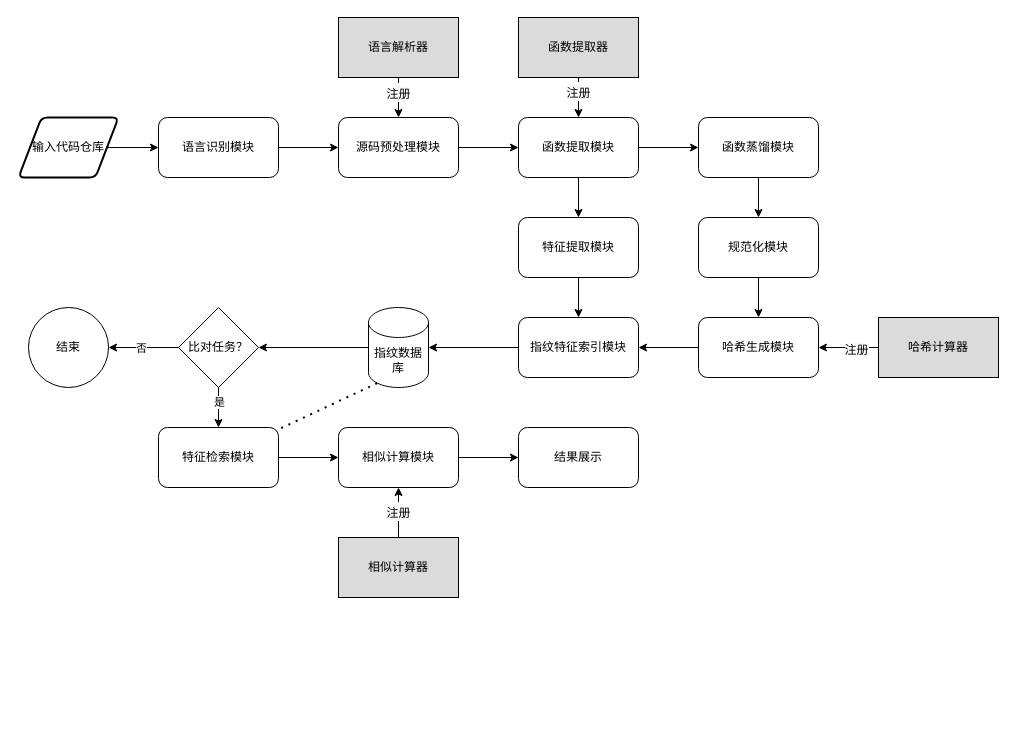
Earlier version of the draw.io diagram 系统实现图.drawio (wanghaoxu001/cloudimg). Source tidied: cells renumbered, new cells numbered last; positions are measured from the earlier drawing's top-left corner, leaving out a move shared by most shapes. Both pictures are drawn from the tidied source at 100%, with x=0, y=0 at pixel (18, 17).
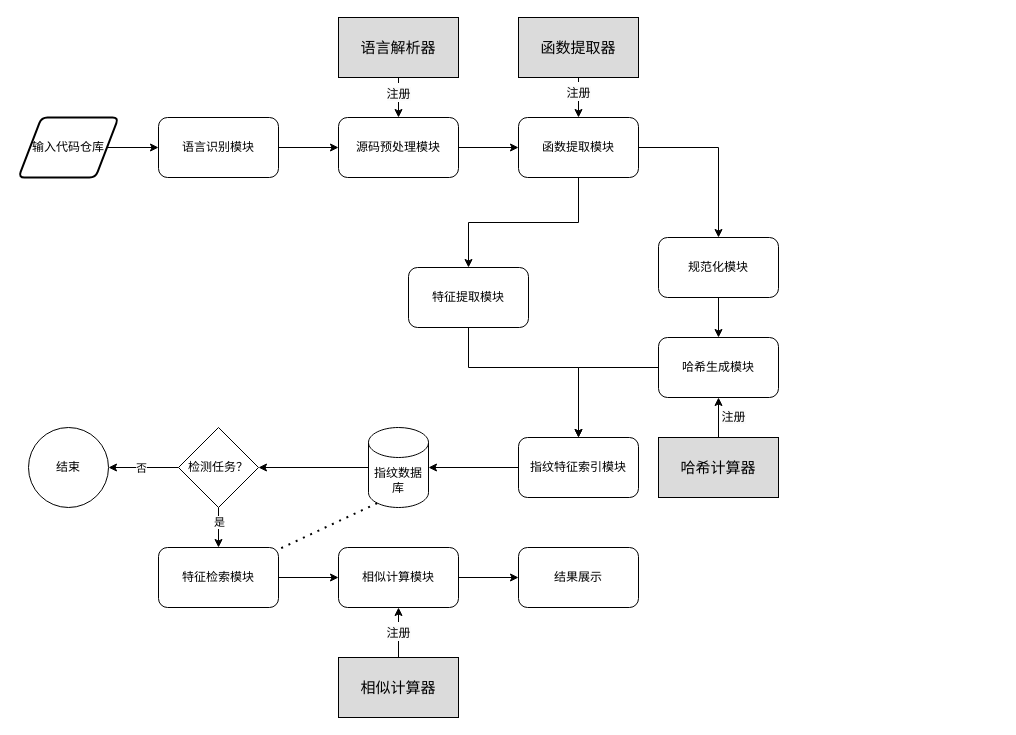
Above is the later version.

Commit message:
更新系统实现图.drawio

Unchanged cells that the change refers to:
```xml
<mxCell id="10" value="函数提取模块" style="rounded=1;whiteSpace=wrap;html=1;" parent="1" vertex="1">
  <mxGeometry x="500" y="100" width="120" height="60" as="geometry" />
</mxCell>
```

Diff of the diagram source:
```diff
@@
-    <mxCell id="8" style="edgeStyle=orthogonalEdgeStyle;rounded=0;jettySize=auto;html=1;" parent="1" edge="1" source="10" target="12">
-      <mxGeometry relative="1" as="geometry" />
-    </mxCell>
@@
+    <mxCell id="47" style="edgeStyle=orthogonalEdgeStyle;rounded=0;jettySize=auto;html=1;" parent="1" edge="1" source="10" target="14">
+      <mxGeometry relative="1" as="geometry" />
+    </mxCell>
@@
-    <mxCell id="11" style="edgeStyle=orthogonalEdgeStyle;rounded=0;jettySize=auto;html=1;" parent="1" edge="1" source="12" target="14">
-      <mxGeometry relative="1" as="geometry" />
-    </mxCell>
-    <mxCell id="12" value="函数蒸馏模块" style="rounded=1;whiteSpace=wrap;html=1;" parent="1" vertex="1">
-      <mxGeometry x="680" y="100" width="120" height="60" as="geometry" />
-    </mxCell>
@@
     <mxCell id="14" value="规范化模块" style="rounded=1;whiteSpace=wrap;html=1;" parent="1" vertex="1">
-      <mxGeometry x="680" y="200" width="120" height="60" as="geometry" />
+      <mxGeometry x="640" y="220" width="120" height="60" as="geometry" />
     </mxCell>
@@
     <mxCell id="16" value="哈希生成模块" style="rounded=1;whiteSpace=wrap;html=1;" parent="1" vertex="1">
-      <mxGeometry x="680" y="300" width="120" height="60" as="geometry" />
+      <mxGeometry x="640" y="320" width="120" height="60" as="geometry" />
     </mxCell>
@@
     <mxCell id="18" value="指纹特征索引模块" style="rounded=1;whiteSpace=wrap;html=1;" parent="1" vertex="1">
-      <mxGeometry x="500" y="300" width="120" height="60" as="geometry" />
+      <mxGeometry x="500" y="420" width="120" height="60" as="geometry" />
     </mxCell>
     <mxCell id="19" style="edgeStyle=orthogonalEdgeStyle;rounded=0;jettySize=auto;html=1;" parent="1" edge="1" source="20" target="18">
-      <mxGeometry relative="1" as="geometry" />
+      <mxGeometry relative="1" as="geometry">
+        <Array as="points">
+          <mxPoint x="450" y="350" />
+          <mxPoint x="560" y="350" />
+        </Array>
+      </mxGeometry>
     </mxCell>
     <mxCell id="20" value="特征提取模块" style="rounded=1;whiteSpace=wrap;html=1;" parent="1" vertex="1">
-      <mxGeometry x="500" y="200" width="120" height="60" as="geometry" />
+      <mxGeometry x="390" y="250" width="120" height="60" as="geometry" />
     </mxCell>
@@
     <mxCell id="22" value="指纹数据库" style="shape=cylinder3;whiteSpace=wrap;html=1;boundedLbl=1;backgroundOutline=1;size=15;" parent="1" vertex="1">
-      <mxGeometry x="350" y="290" width="60" height="80" as="geometry" />
+      <mxGeometry x="350" y="410" width="60" height="80" as="geometry" />
     </mxCell>
@@
-    <mxCell id="27" value="比对任务？" style="rhombus;whiteSpace=wrap;html=1;" parent="1" vertex="1">
-      <mxGeometry x="160" y="290" width="80" height="80" as="geometry" />
+    <mxCell id="27" value="检测任务？" style="rhombus;whiteSpace=wrap;html=1;" parent="1" vertex="1">
+      <mxGeometry x="160" y="410" width="80" height="80" as="geometry" />
     </mxCell>
     <mxCell id="28" value="结束" style="ellipse;whiteSpace=wrap;html=1;" parent="1" vertex="1">
-      <mxGeometry x="10" y="290" width="80" height="80" as="geometry" />
+      <mxGeometry x="10" y="410" width="80" height="80" as="geometry" />
     </mxCell>
@@
     <mxCell id="30" value="特征检索模块" style="rounded=1;whiteSpace=wrap;html=1;" parent="1" vertex="1">
-      <mxGeometry x="140" y="410" width="120" height="60" as="geometry" />
+      <mxGeometry x="140" y="530" width="120" height="60" as="geometry" />
     </mxCell>
@@
     <mxCell id="32" value="相似计算模块" style="rounded=1;whiteSpace=wrap;html=1;" parent="1" vertex="1">
-      <mxGeometry x="320" y="410" width="120" height="60" as="geometry" />
+      <mxGeometry x="320" y="530" width="120" height="60" as="geometry" />
     </mxCell>
@@
-    <mxCell id="36" value="语言解析器" style="rounded=0;whiteSpace=wrap;html=1;fillColor=#DBDBDB;" parent="1" vertex="1">
+    <mxCell id="36" value="&lt;font style=&quot;font-size: 15px;&quot;&gt;语言解析器&lt;/font&gt;" style="rounded=0;whiteSpace=wrap;html=1;fillColor=#DBDBDB;" parent="1" vertex="1">
       <mxGeometry x="320" width="120" height="60" as="geometry" />
     </mxCell>
@@
-    <mxCell id="39" value="函数提取器" style="rounded=0;whiteSpace=wrap;html=1;fillColor=#DBDBDB;" parent="1" vertex="1">
+    <mxCell id="39" value="函数提取器" style="rounded=0;whiteSpace=wrap;html=1;fillColor=#DBDBDB;fontSize=15;" parent="1" vertex="1">
       <mxGeometry x="500" width="120" height="60" as="geometry" />
     </mxCell>
@@
-    <mxCell id="42" value="哈希计算器" style="rounded=0;whiteSpace=wrap;html=1;fillColor=#DBDBDB;" parent="1" vertex="1">
-      <mxGeometry x="860" y="300" width="120" height="60" as="geometry" />
+    <mxCell id="42" value="哈希计算器" style="rounded=0;whiteSpace=wrap;html=1;fillColor=#DBDBDB;fontSize=15;" parent="1" vertex="1">
+      <mxGeometry x="640" y="420" width="120" height="60" as="geometry" />
     </mxCell>
@@
-    <mxCell id="45" value="相似计算器" style="rounded=0;whiteSpace=wrap;html=1;fillColor=#DBDBDB;" parent="1" vertex="1">
-      <mxGeometry x="320" y="520" width="120" height="60" as="geometry" />
+    <mxCell id="45" value="相似计算器" style="rounded=0;whiteSpace=wrap;html=1;fillColor=#DBDBDB;fontSize=15;" parent="1" vertex="1">
+      <mxGeometry x="320" y="640" width="120" height="60" as="geometry" />
     </mxCell>
     <mxCell id="46" value="结果展示" style="rounded=1;whiteSpace=wrap;html=1;" parent="1" vertex="1">
-      <mxGeometry x="500" y="410" width="120" height="60" as="geometry" />
+      <mxGeometry x="500" y="530" width="120" height="60" as="geometry" />
     </mxCell>
```
